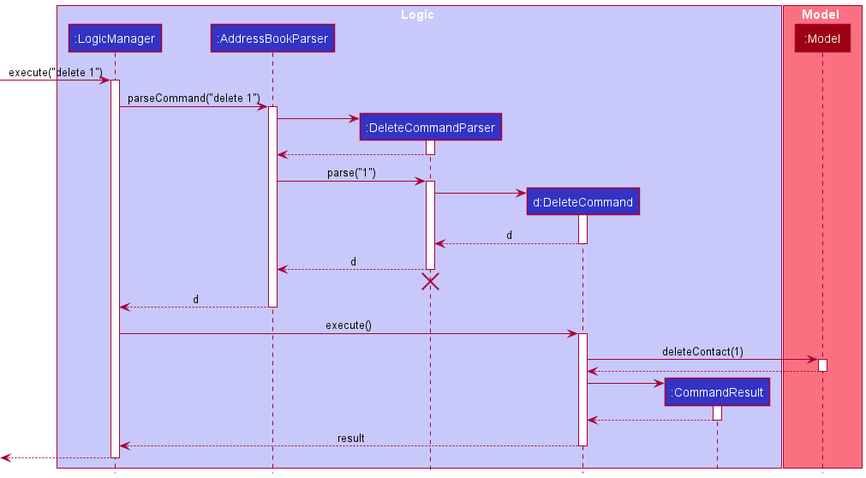
Before: docs/images/DeleteSequenceDiagram.png, a diagram exported from PlantUML (nus-cs2103-AY2021S2/tp).
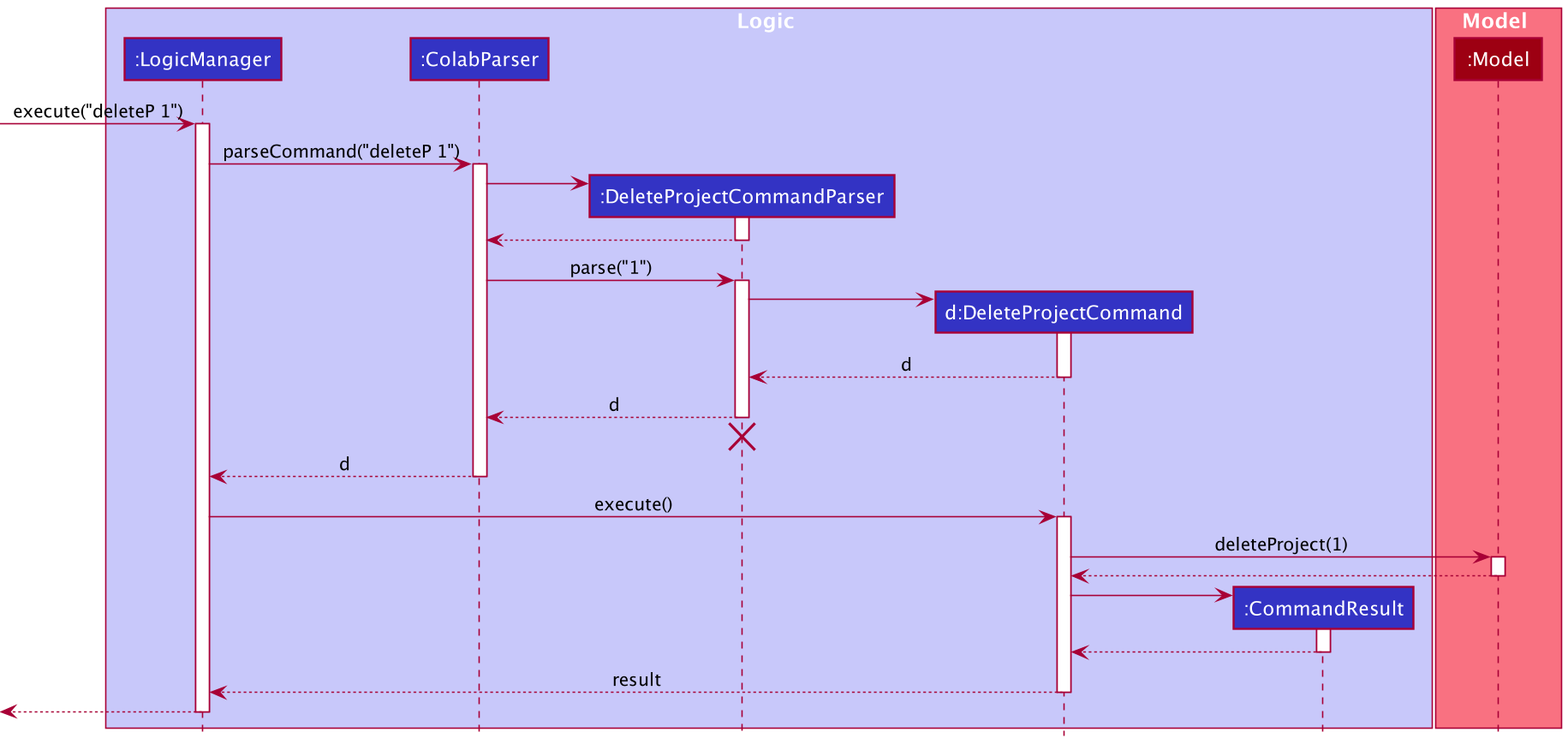
After the change.

Commit message:
Update Model section

What changed in the source:
```diff
@@ -3,9 +3,9 @@
 
 box Logic LOGIC_COLOR_T1
 participant ":LogicManager" as LogicManager LOGIC_COLOR
-participant ":AddressBookParser" as AddressBookParser LOGIC_COLOR
-participant ":DeleteCommandParser" as DeleteCommandParser LOGIC_COLOR
-participant "d:DeleteCommand" as DeleteCommand LOGIC_COLOR
+participant ":ColabParser" as ColabParser LOGIC_COLOR
+participant ":DeleteProjectCommandParser" as DeleteProjectCommandParser LOGIC_COLOR
+participant "d:DeleteProjectCommand" as DeleteProjectCommand LOGIC_COLOR
 participant ":CommandResult" as CommandResult LOGIC_COLOR
 end box
 
@@ -13,55 +13,55 @@
 participant ":Model" as Model MODEL_COLOR
 end box
 
-[-> LogicManager : execute("delete 1")
+[-> LogicManager : execute("deleteP 1")
 activate LogicManager
 
-LogicManager -> AddressBookParser : parseCommand("delete 1")
-activate AddressBookParser
+LogicManager -> ColabParser : parseCommand("deleteP 1")
+activate ColabParser
 
-create DeleteCommandParser
-AddressBookParser -> DeleteCommandParser
-activate DeleteCommandParser
+create DeleteProjectCommandParser
+ColabParser -> DeleteProjectCommandParser
+activate DeleteProjectCommandParser
 
-DeleteCommandParser --> AddressBookParser
-deactivate DeleteCommandParser
+DeleteProjectCommandParser --> ColabParser
+deactivate DeleteProjectCommandParser
 
-AddressBookParser -> DeleteCommandParser : parse("1")
-activate DeleteCommandParser
+ColabParser -> DeleteProjectCommandParser : parse("1")
+activate DeleteProjectCommandParser
 
-create DeleteCommand
-DeleteCommandParser -> DeleteCommand
-activate DeleteCommand
+create DeleteProjectCommand
+DeleteProjectCommandParser -> DeleteProjectCommand
+activate DeleteProjectCommand
 
-DeleteCommand --> DeleteCommandParser : d
-deactivate DeleteCommand
+DeleteProjectCommand --> DeleteProjectCommandParser : d
+deactivate DeleteProjectCommand
 
-DeleteCommandParser --> AddressBookParser : d
-deactivate DeleteCommandParser
-DeleteCommandParser -[hidden]-> AddressBookParser
-destroy DeleteCommandParser
+DeleteProjectCommandParser --> ColabParser : d
+deactivate DeleteProjectCommandParser
+DeleteProjectCommandParser -[hidden]-> ColabParser
+destroy DeleteProjectCommandParser
 
-AddressBookParser --> LogicManager : d
-deactivate AddressBookParser
+ColabParser --> LogicManager : d
+deactivate ColabParser
 
-LogicManager -> DeleteCommand : execute()
-activate DeleteCommand
+LogicManager -> DeleteProjectCommand : execute()
+activate DeleteProjectCommand
 
-DeleteCommand -> Model : deleteContact(1)
+DeleteProjectCommand -> Model : deleteProject(1)
 activate Model
 
-Model --> DeleteCommand
+Model --> DeleteProjectCommand
 deactivate Model
 
 create CommandResult
-DeleteCommand -> CommandResult
+DeleteProjectCommand -> CommandResult
 activate CommandResult
 
-CommandResult --> DeleteCommand
+CommandResult --> DeleteProjectCommand
 deactivate CommandResult
 
-DeleteCommand --> LogicManager : result
-deactivate DeleteCommand
+DeleteProjectCommand --> LogicManager : result
+deactivate DeleteProjectCommand
 
 [<--LogicManager
 deactivate LogicManager
```
